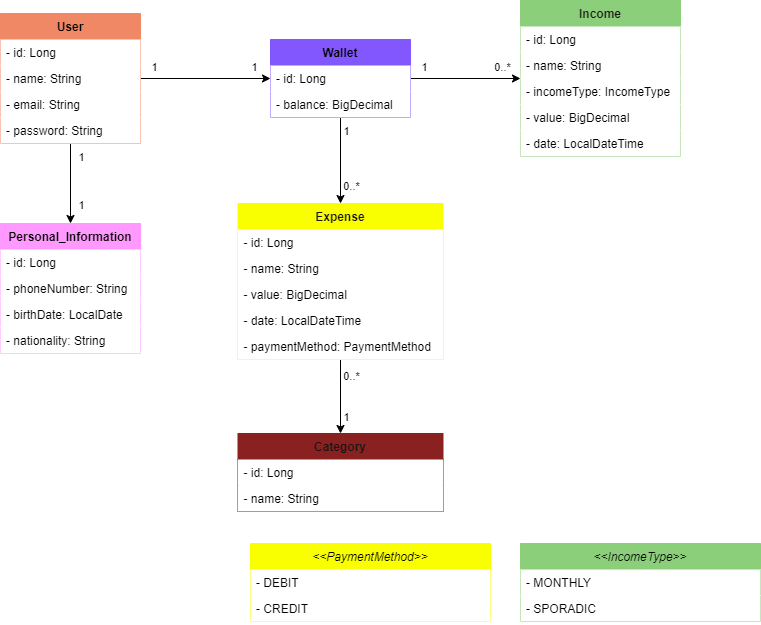
This is uml.png from luizfiliperm/finance-api, a draw.io export, as it was before one commit. Source tidied: cells renumbered, new cells last; positions are measured from the earlier drawing's top-left corner, leaving out a move shared by most shapes.
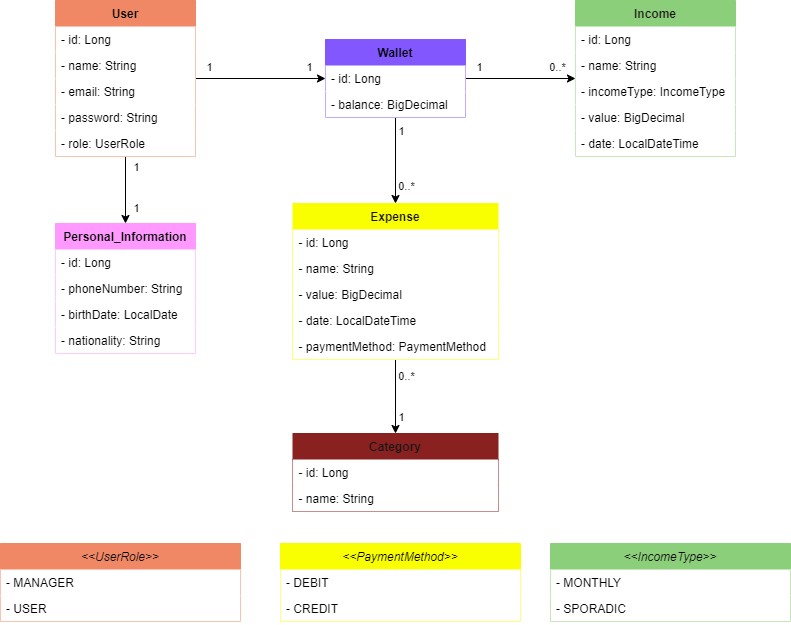
After the change.

Commit message:
Adding UserRole enum to the UML diagram

What changed in the source:
```diff
@@ -29,7 +29,7 @@
       </mxGeometry>
     </mxCell>
     <mxCell id="8" value="User" style="swimlane;fontStyle=1;horizontal=1;startSize=26;fillColor=#f08765;fontColor=#000000;strokeColor=#f08765;rounded=0;" parent="1" vertex="1">
-      <mxGeometry y="13" width="140" height="130" as="geometry" />
+      <mxGeometry width="140" height="156" as="geometry" />
     </mxCell>
     <mxCell id="9" value="- id: Long" style="text;strokeColor=none;fillColor=#FFFFFF;align=left;verticalAlign=top;spacingLeft=4;spacingRight=4;overflow=hidden;fontColor=#000000;rounded=0;" parent="8" vertex="1">
       <mxGeometry y="26" width="140" height="26" as="geometry" />
@@ -43,6 +43,9 @@
     <mxCell id="12" value="- password: String" style="text;strokeColor=none;fillColor=#FFFFFF;align=left;verticalAlign=top;spacingLeft=4;spacingRight=4;overflow=hidden;fontColor=#000000;rounded=0;" parent="8" vertex="1">
       <mxGeometry y="104" width="140" height="26" as="geometry" />
     </mxCell>
+    <mxCell id="51" value="- role: UserRole" style="text;strokeColor=none;fillColor=#FFFFFF;align=left;verticalAlign=top;spacingLeft=4;spacingRight=4;overflow=hidden;fontColor=#000000;rounded=0;" parent="8" vertex="1">
+      <mxGeometry y="130" width="140" height="26" as="geometry" />
+    </mxCell>
     <mxCell id="13" style="edgeStyle=none;html=1;fontColor=#000000;strokeColor=#000000;rounded=0;" parent="1" edge="1" source="19" target="22">
       <mxGeometry relative="1" as="geometry" />
     </mxCell>
@@ -97,7 +100,7 @@
       <mxGeometry y="130" width="160" height="26" as="geometry" />
     </mxCell>
     <mxCell id="28" value="&lt;&lt;IncomeType&gt;&gt;" style="swimlane;fontStyle=2;horizontal=1;startSize=26;fillColor=#8ccf7a;strokeColor=#8ccf7a;fontColor=#000000;rounded=0;" parent="1" vertex="1">
-      <mxGeometry x="520" y="543" width="240" height="78" as="geometry" />
+      <mxGeometry x="495" y="543" width="240" height="78" as="geometry" />
     </mxCell>
     <mxCell id="29" value="- MONTHLY" style="text;strokeColor=none;fillColor=#FFFFFF;align=left;verticalAlign=top;spacingLeft=4;spacingRight=4;overflow=hidden;fontColor=#000000;rounded=0;" parent="28" vertex="1">
       <mxGeometry y="26" width="240" height="26" as="geometry" />
@@ -137,7 +140,7 @@
       <mxGeometry y="130" width="205" height="26" as="geometry" />
     </mxCell>
     <mxCell id="40" value="&lt;&lt;PaymentMethod&gt;&gt;" style="swimlane;fontStyle=2;horizontal=1;startSize=26;fillColor=#f9ff00;strokeColor=#f9ff00;fontColor=#000000;rounded=0;" parent="1" vertex="1">
-      <mxGeometry x="250" y="543" width="240" height="78" as="geometry" />
+      <mxGeometry x="225" y="543" width="240" height="78" as="geometry" />
     </mxCell>
     <mxCell id="41" value="- DEBIT" style="text;strokeColor=none;fillColor=#FFFFFF;align=left;verticalAlign=top;spacingLeft=4;spacingRight=4;overflow=hidden;fontColor=#000000;rounded=0;" parent="40" vertex="1">
       <mxGeometry y="26" width="240" height="26" as="geometry" />
@@ -169,5 +172,14 @@
     <mxCell id="50" value="- nationality: String" style="text;strokeColor=none;fillColor=#FFFFFF;align=left;verticalAlign=top;spacingLeft=4;spacingRight=4;overflow=hidden;fontColor=#000000;rounded=0;" parent="46" vertex="1">
       <mxGeometry y="104" width="140" height="26" as="geometry" />
     </mxCell>
+    <mxCell id="52" value="&lt;&lt;UserRole&gt;&gt;" style="swimlane;fontStyle=2;horizontal=1;startSize=26;fillColor=#F08765;strokeColor=#F08765;fontColor=#000000;rounded=0;" parent="1" vertex="1">
+      <mxGeometry x="-55" y="543" width="240" height="78" as="geometry" />
+    </mxCell>
+    <mxCell id="53" value="- MANAGER" style="text;strokeColor=none;fillColor=#FFFFFF;align=left;verticalAlign=top;spacingLeft=4;spacingRight=4;overflow=hidden;fontColor=#000000;rounded=0;" parent="52" vertex="1">
+      <mxGeometry y="26" width="240" height="26" as="geometry" />
+    </mxCell>
+    <mxCell id="54" value="- USER" style="text;strokeColor=none;fillColor=#FFFFFF;align=left;verticalAlign=top;spacingLeft=4;spacingRight=4;overflow=hidden;fontColor=#000000;rounded=0;" parent="52" vertex="1">
+      <mxGeometry y="52" width="240" height="26" as="geometry" />
+    </mxCell>
   </root>
 </mxGraphModel>
```
